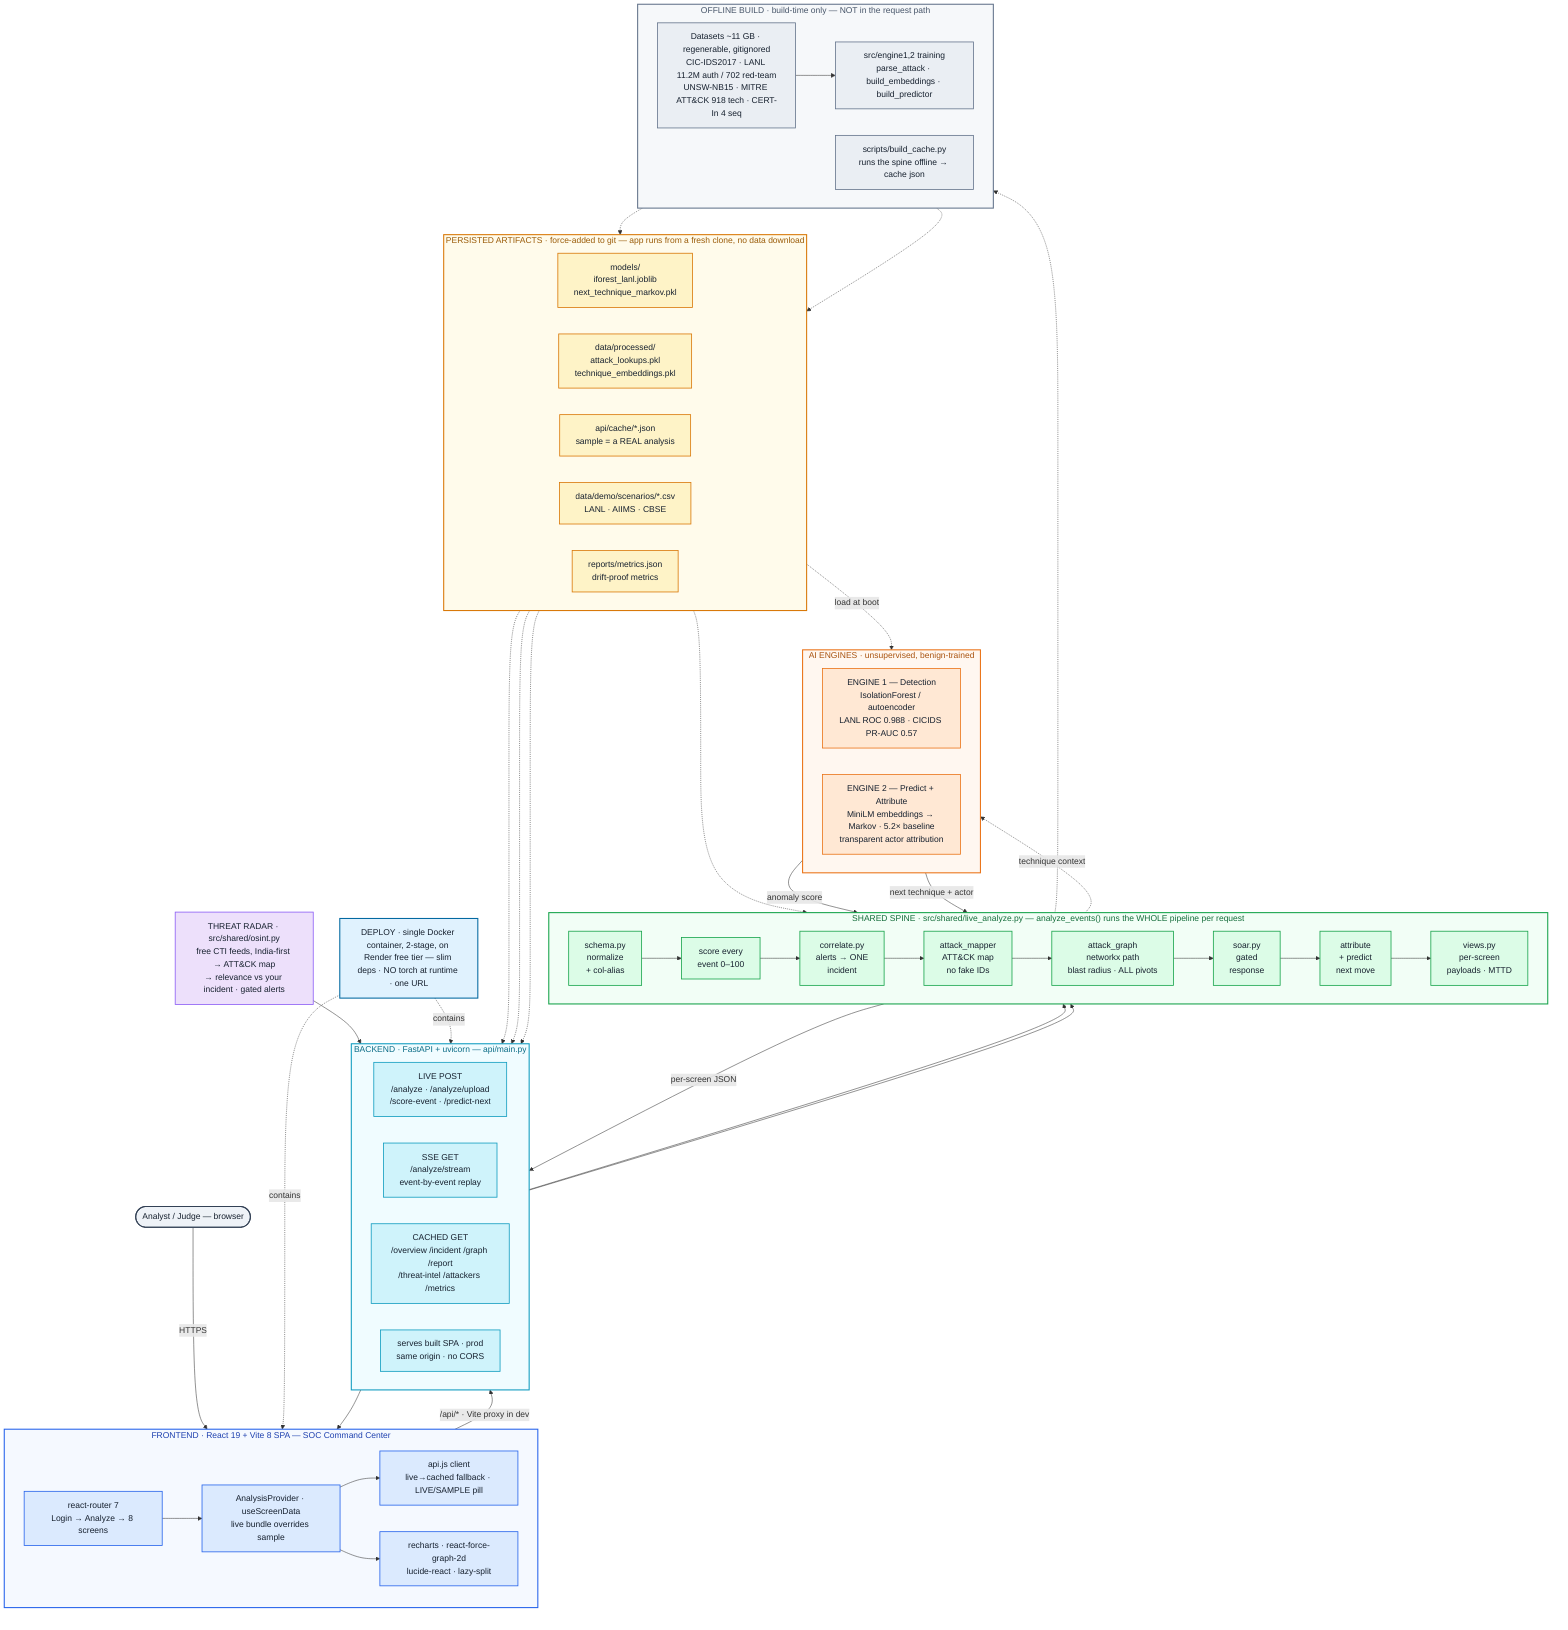
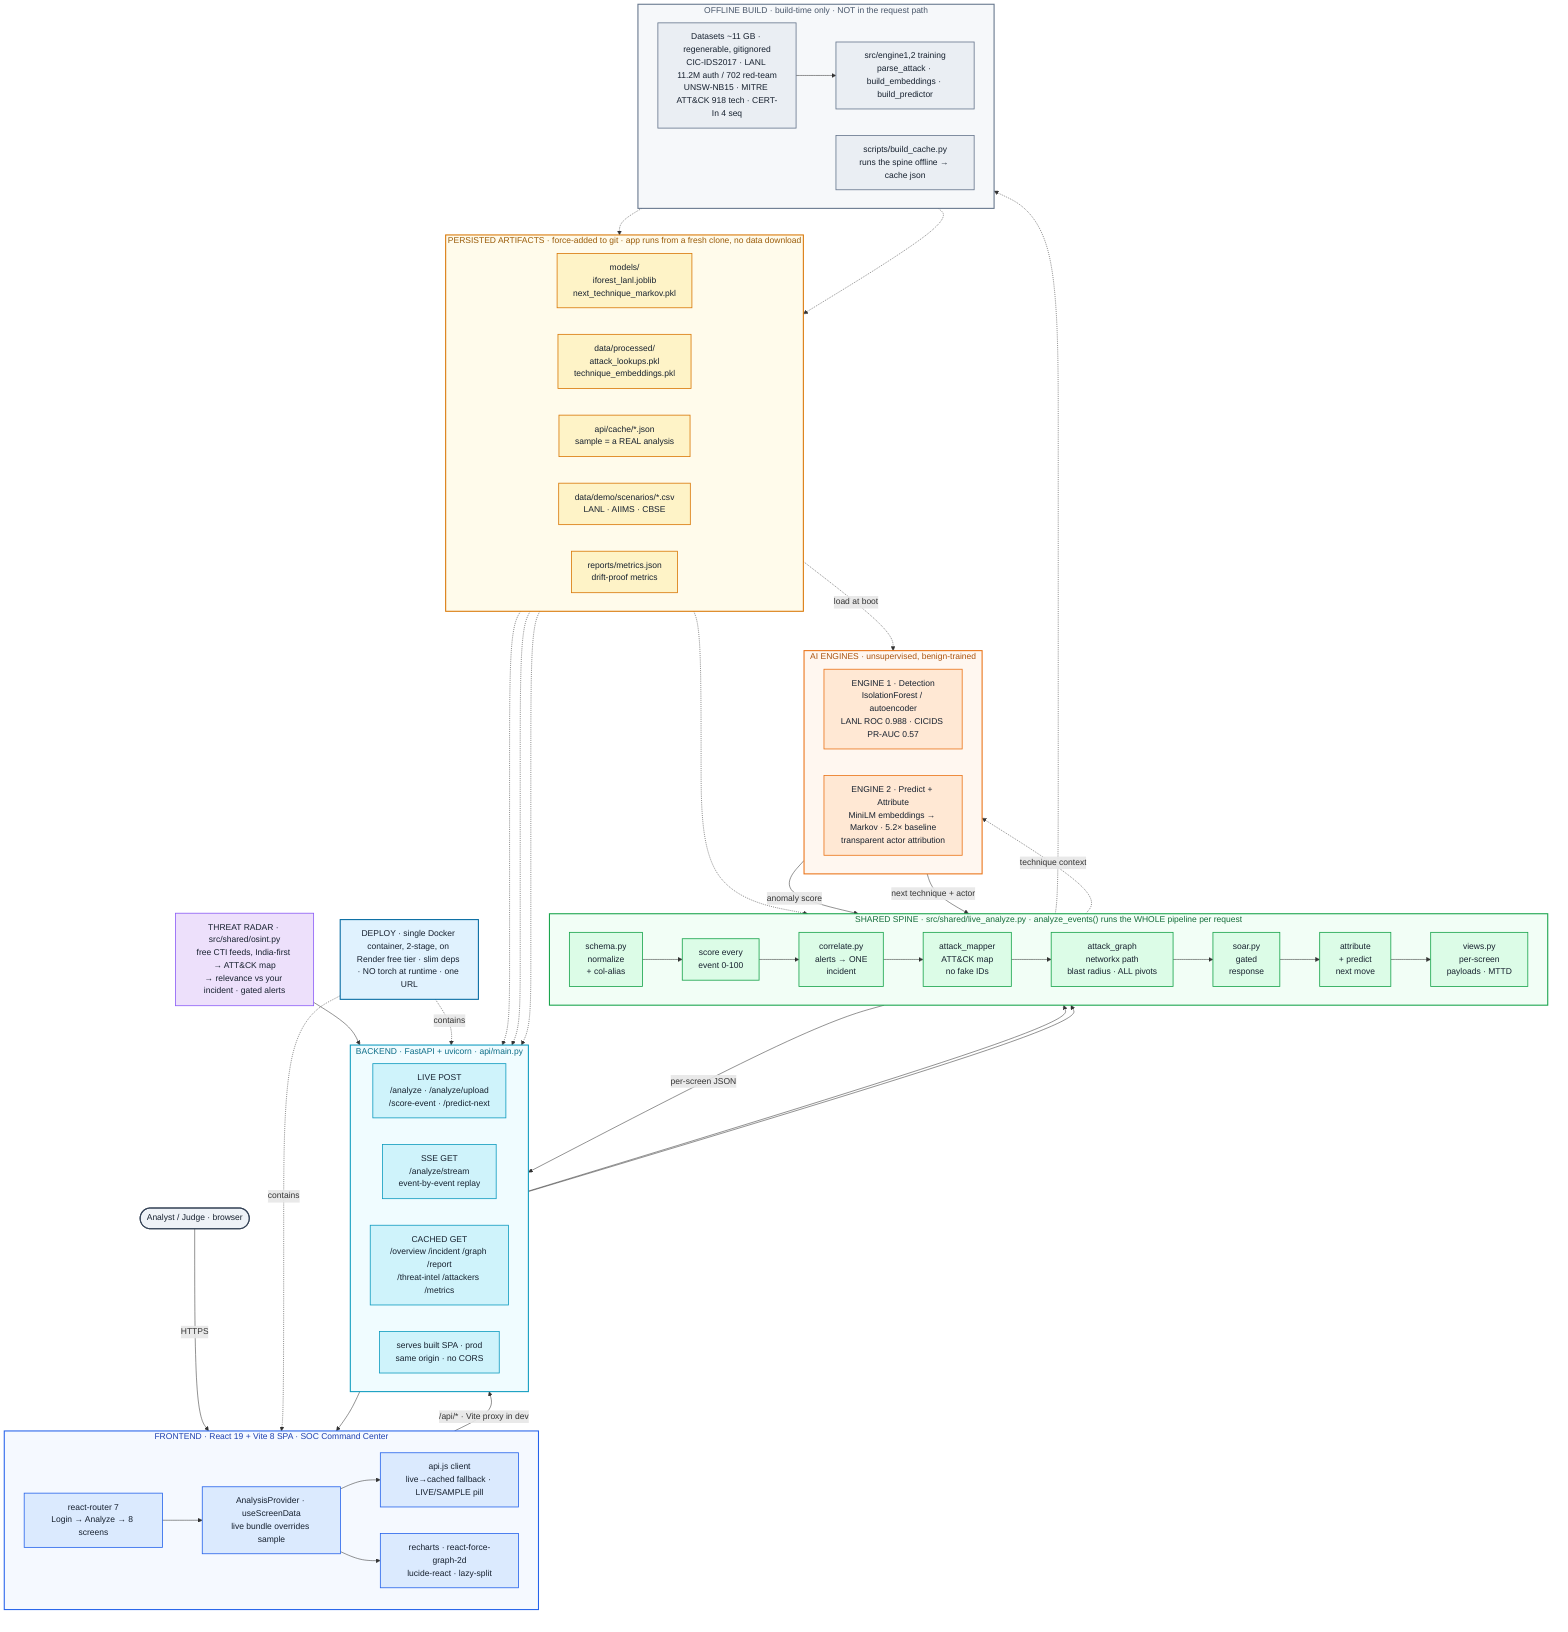
flowchart TB

- U(["Analyst / Judge — browser"]):::client
+ U(["Analyst / Judge · browser"]):::client

- subgraph FE["FRONTEND · React 19 + Vite 8 SPA — SOC Command Center"]
+ subgraph FE["FRONTEND · React 19 + Vite 8 SPA · SOC Command Center"]
  direction LR
  RT["react-router 7<br/>Login → Analyze → 8 screens"]:::fe
  AP["AnalysisProvider · useScreenData<br/>live bundle overrides sample"]:::fe
  APIJS["api.js client<br/>live→cached fallback · LIVE/SAMPLE pill"]:::fe
  VIZ["recharts · react-force-graph-2d<br/>lucide-react · lazy-split"]:::fe
  RT --> AP --> APIJS
  AP --> VIZ
end

- subgraph API["BACKEND · FastAPI + uvicorn — api/main.py"]
+ subgraph API["BACKEND · FastAPI + uvicorn · api/main.py"]
  direction LR
  LIVE["LIVE POST<br/>/analyze · /analyze/upload<br/>/score-event · /predict-next"]:::api
  STREAM["SSE GET<br/>/analyze/stream<br/>event-by-event replay"]:::api
  CACHED["CACHED GET<br/>/overview /incident /graph /report<br/>/threat-intel /attackers /metrics"]:::api
  STATIC["serves built SPA · prod<br/>same origin · no CORS"]:::api
end

- subgraph SPINE["SHARED SPINE · src/shared/live_analyze.py — analyze_events() runs the WHOLE pipeline per request"]
+ subgraph SPINE["SHARED SPINE · src/shared/live_analyze.py · analyze_events() runs the WHOLE pipeline per request"]
  direction LR
  P1["schema.py<br/>normalize<br/>+ col-alias"]:::spine
-   P2["score every<br/>event 0–100"]:::spine
+   P2["score every<br/>event 0-100"]:::spine
  P3["correlate.py<br/>alerts → ONE<br/>incident"]:::spine
  P4["attack_mapper<br/>ATT&CK map<br/>no fake IDs"]:::spine
  P5["attack_graph<br/>networkx path<br/>blast radius · ALL pivots"]:::spine
  P6["soar.py<br/>gated<br/>response"]:::spine
  P7["attribute<br/>+ predict<br/>next move"]:::spine
  P8["views.py<br/>per-screen<br/>payloads · MTTD"]:::spine
  P1 --> P2 --> P3 --> P4 --> P5 --> P6 --> P7 --> P8
end

subgraph ENG["AI ENGINES · unsupervised, benign-trained"]
  direction LR
-   E1["ENGINE 1 — Detection<br/>IsolationForest / autoencoder<br/>LANL ROC 0.988 · CICIDS PR-AUC 0.57"]:::eng
-   E2["ENGINE 2 — Predict + Attribute<br/>MiniLM embeddings → Markov · 5.2× baseline<br/>transparent actor attribution"]:::eng
+   E1["ENGINE 1 · Detection<br/>IsolationForest / autoencoder<br/>LANL ROC 0.988 · CICIDS PR-AUC 0.57"]:::eng
+   E2["ENGINE 2 · Predict + Attribute<br/>MiniLM embeddings → Markov · 5.2× baseline<br/>transparent actor attribution"]:::eng
end

RADAR["THREAT RADAR · src/shared/osint.py<br/>free CTI feeds, India-first → ATT&amp;CK map<br/>→ relevance vs your incident · gated alerts"]:::radar

- subgraph STATE["PERSISTED ARTIFACTS · force-added to git — app runs from a fresh clone, no data download"]
+ subgraph STATE["PERSISTED ARTIFACTS · force-added to git · app runs from a fresh clone, no data download"]
  direction LR
  M1["models/<br/>iforest_lanl.joblib<br/>next_technique_markov.pkl"]:::state
  M2["data/processed/<br/>attack_lookups.pkl<br/>technique_embeddings.pkl"]:::state
  M3["api/cache/*.json<br/>sample = a REAL analysis"]:::state
  M4["data/demo/scenarios/*.csv<br/>LANL · AIIMS · CBSE"]:::state
  M5["reports/metrics.json<br/>drift-proof metrics"]:::state
end

- subgraph BUILD["OFFLINE BUILD · build-time only — NOT in the request path"]
+ subgraph BUILD["OFFLINE BUILD · build-time only · NOT in the request path"]
  direction LR
  DS["Datasets ~11 GB · regenerable, gitignored<br/>CIC-IDS2017 · LANL 11.2M auth / 702 red-team<br/>UNSW-NB15 · MITRE ATT&amp;CK 918 tech · CERT-In 4 seq"]:::build
  TR["src/engine1,2 training<br/>parse_attack · build_embeddings · build_predictor"]:::build
  BC["scripts/build_cache.py<br/>runs the spine offline → cache json"]:::build
  DS --> TR
end

- DEPLOY["DEPLOY · single Docker container, 2-stage, on Render free tier — slim deps · NO torch at runtime · one URL"]:::deploy
+ DEPLOY["DEPLOY · single Docker container, 2-stage, on Render free tier · slim deps · NO torch at runtime · one URL"]:::deploy

%% ---- live request path (solid) ----
U -->|HTTPS| FE
APIJS -->|"/api/* · Vite proxy in dev"| API
LIVE --> SPINE
STREAM --> SPINE
E1 -->|"anomaly score"| P2
E2 -->|"next technique + actor"| P7
P4 -.->|technique context| E2
SPINE -->|per-screen JSON| CACHED
RADAR --> API
STATIC --> FE

%% ---- load-at-boot / data (dashed) ----
M1 -.->|load at boot| ENG
M2 -.-> SPINE
M3 -.-> CACHED
M4 -.-> LIVE
M5 -.-> CACHED

%% ---- offline build (dashed) ----
TR -.-> STATE
BC -.-> M3
SPINE -.-> BC

%% ---- deploy wraps runtime ----
DEPLOY -.contains.-> FE
DEPLOY -.contains.-> API

classDef client fill:#EEF2F7,stroke:#334155,stroke-width:2px,color:#16202E;
classDef fe fill:#DBEAFE,stroke:#2563EB,stroke-width:1.5px,color:#16202E;
classDef api fill:#CFF3FB,stroke:#0E9BBF,stroke-width:1.5px,color:#16202E;
classDef spine fill:#DCFCE7,stroke:#16A34A,stroke-width:1.5px,color:#16202E;
classDef eng fill:#FFE8D4,stroke:#EA7317,stroke-width:1.5px,color:#16202E;
classDef radar fill:#EDE0FB,stroke:#8B5CF6,stroke-width:1.5px,color:#16202E;
classDef state fill:#FEF3C7,stroke:#D97706,stroke-width:1.5px,color:#16202E;
classDef build fill:#EAEEF3,stroke:#64748B,stroke-width:1.5px,color:#16202E;
classDef deploy fill:#E0F2FE,stroke:#0369A1,stroke-width:2px,color:#16202E;

style FE fill:#F5F9FF,stroke:#2563EB,stroke-width:2px,color:#1E40AF;
style API fill:#F0FCFF,stroke:#0E9BBF,stroke-width:2px,color:#0B6C86;
style SPINE fill:#F2FEF6,stroke:#16A34A,stroke-width:2px,color:#146C3A;
style ENG fill:#FFF7F0,stroke:#EA7317,stroke-width:2px,color:#A9530F;
style STATE fill:#FFFBEB,stroke:#D97706,stroke-width:2px,color:#9A5B08;
style BUILD fill:#F6F8FA,stroke:#64748B,stroke-width:2px,color:#475569;
